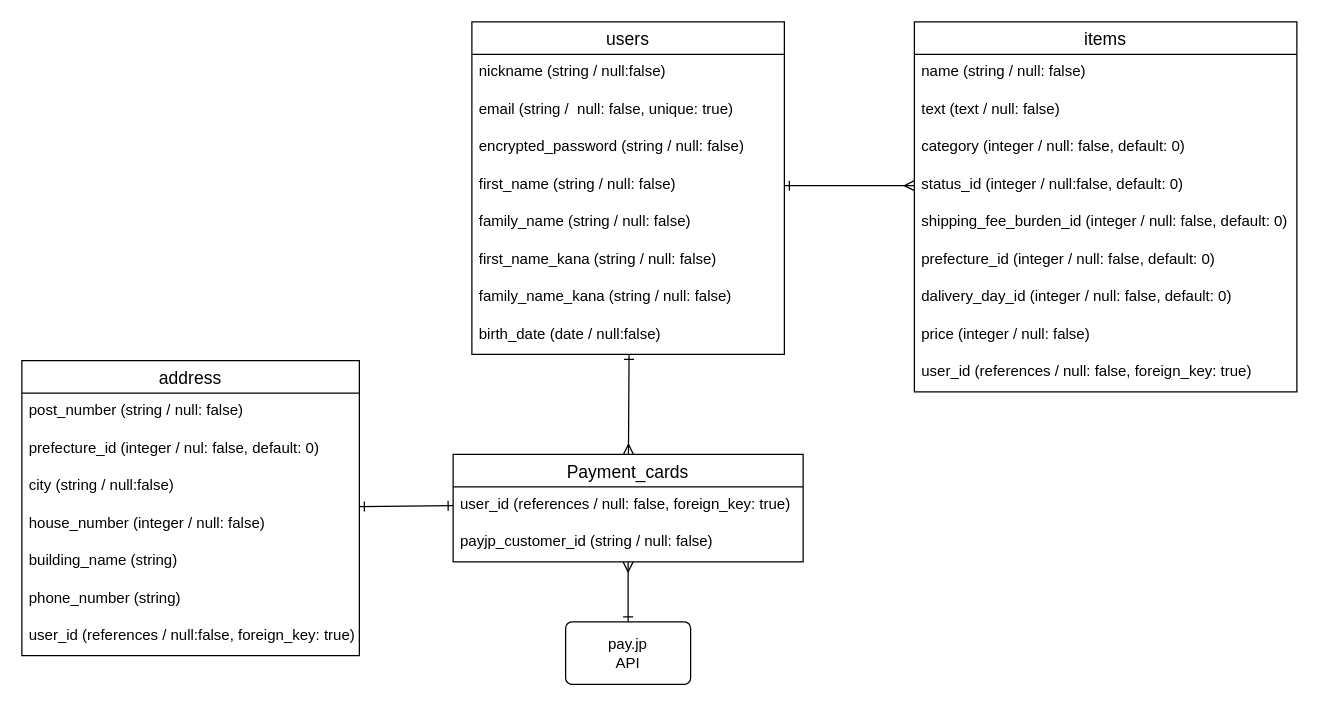
This is test.dio from kt100sec/furima-36348, a draw.io file, before an edit. Source tidied: cells renumbered, new cells numbered last; positions are measured from the earlier drawing's top-left corner, leaving out a move shared by most shapes. Both pictures are drawn from the tidied source at 125%, with x=0, y=0 at pixel (21, 21).
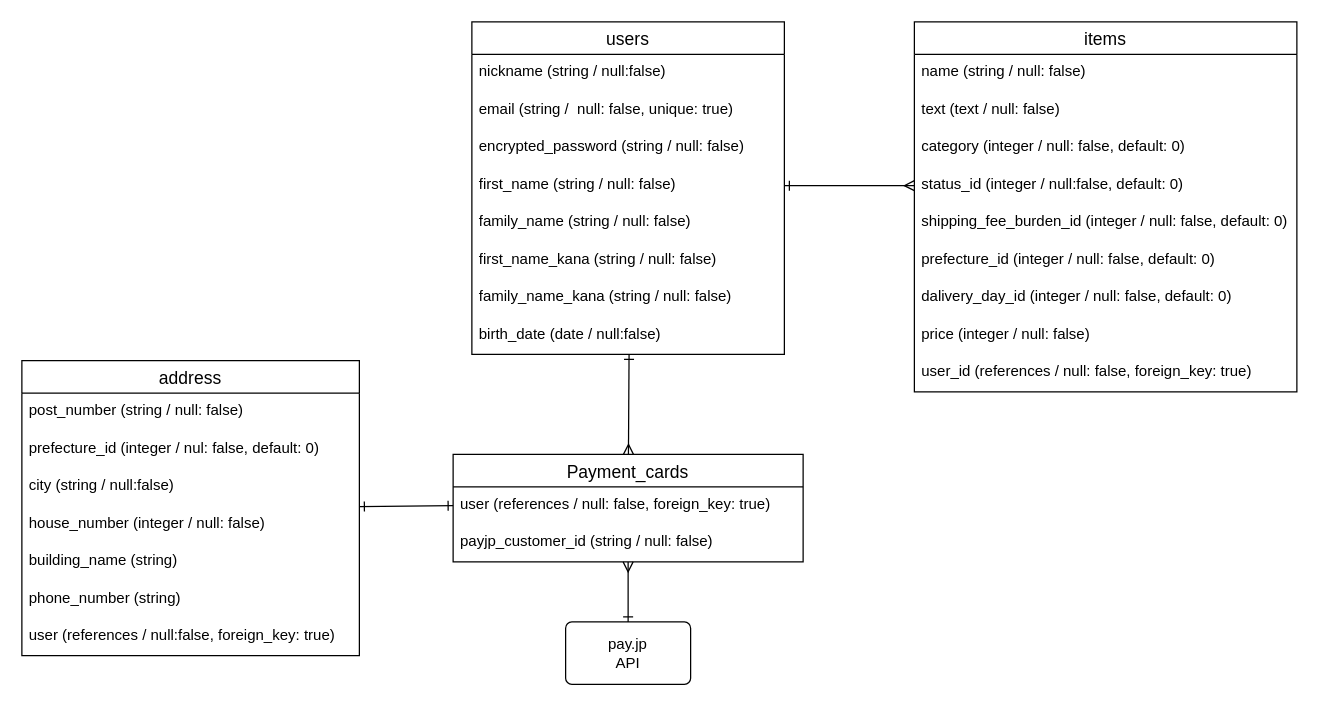
After the change.

Commit message (it also covers changes not shown here):
references型のため、カラム名の_id削除

The change refers to these unchanged cells:
```xml
<mxCell id="23" value="Payment_cards" style="swimlane;fontStyle=0;horizontal=1;startSize=26;align=center;fontSize=14;" parent="1" vertex="1">
  <mxGeometry x="345" y="346" width="280" height="86" as="geometry" />
</mxCell>
<mxCell id="29" value="address" style="swimlane;fontStyle=0;horizontal=1;startSize=26;align=center;fontSize=14;" parent="1" vertex="1">
  <mxGeometry y="271" width="270" height="236" as="geometry" />
</mxCell>
```

What changed in the source:
```diff
@@
-    <mxCell id="24" value="user_id (references / null: false, foreign_key: true)" style="text;strokeColor=none;fillColor=none;spacingLeft=4;spacingRight=4;overflow=hidden;fontSize=12;" parent="23" vertex="1">
+    <mxCell id="24" value="user (references / null: false, foreign_key: true)" style="text;strokeColor=none;fillColor=none;spacingLeft=4;spacingRight=4;overflow=hidden;fontSize=12;" parent="23" vertex="1">
       <mxGeometry y="26" width="280" height="30" as="geometry" />
     </mxCell>
@@
-    <mxCell id="36" value="user_id (references / null:false, foreign_key: true)" style="text;strokeColor=none;fillColor=none;spacingLeft=4;spacingRight=4;overflow=hidden;fontSize=12;" parent="29" vertex="1">
+    <mxCell id="36" value="user (references / null:false, foreign_key: true)" style="text;strokeColor=none;fillColor=none;spacingLeft=4;spacingRight=4;overflow=hidden;fontSize=12;" parent="29" vertex="1">
       <mxGeometry y="206" width="270" height="30" as="geometry" />
     </mxCell>
```
